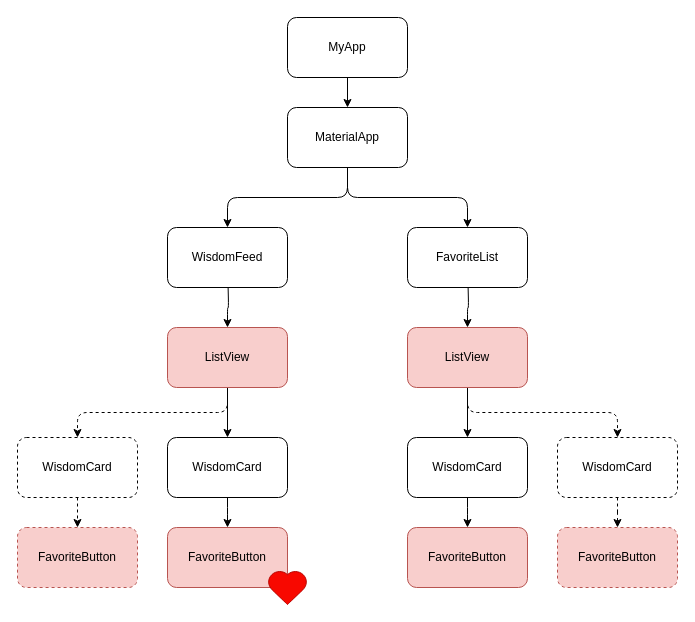
Before: diagrams/wisgen-pagetree-fav.drawio in devonfw-forge/devon4flutter-non-bloc-arch, a draw.io diagram. Source tidied: cells renumbered, new cells numbered last; positions are measured from the earlier drawing's top-left corner, leaving out a move shared by most shapes. Both pictures are drawn from the tidied source at 100%, with x=0, y=0 at pixel (17, 17).
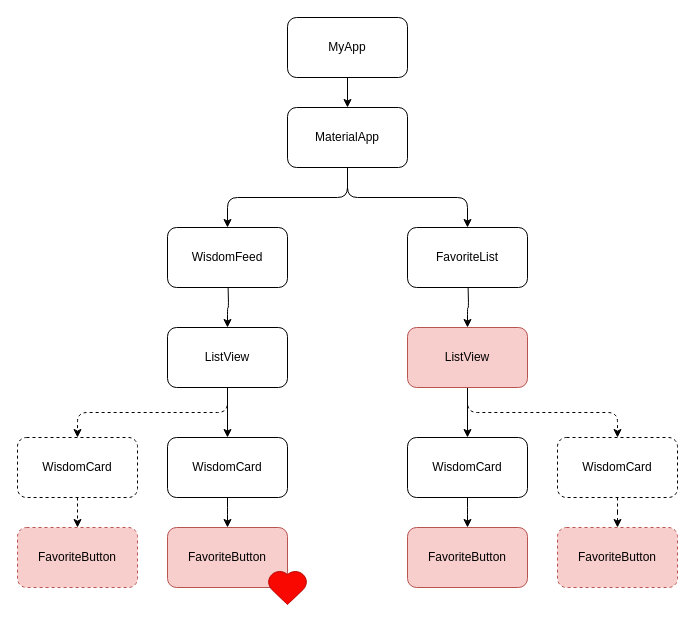
After the change.

What changed in the source:
```diff
@@
-    <mxCell id="16" value="ListView" style="rounded=1;whiteSpace=wrap;html=1;fillColor=#f8cecc;strokeColor=#b85450;" parent="1" vertex="1">
+    <mxCell id="16" value="ListView" style="rounded=1;whiteSpace=wrap;html=1;" parent="1" vertex="1">
       <mxGeometry x="150" y="310" width="120" height="60" as="geometry" />
     </mxCell>
```
